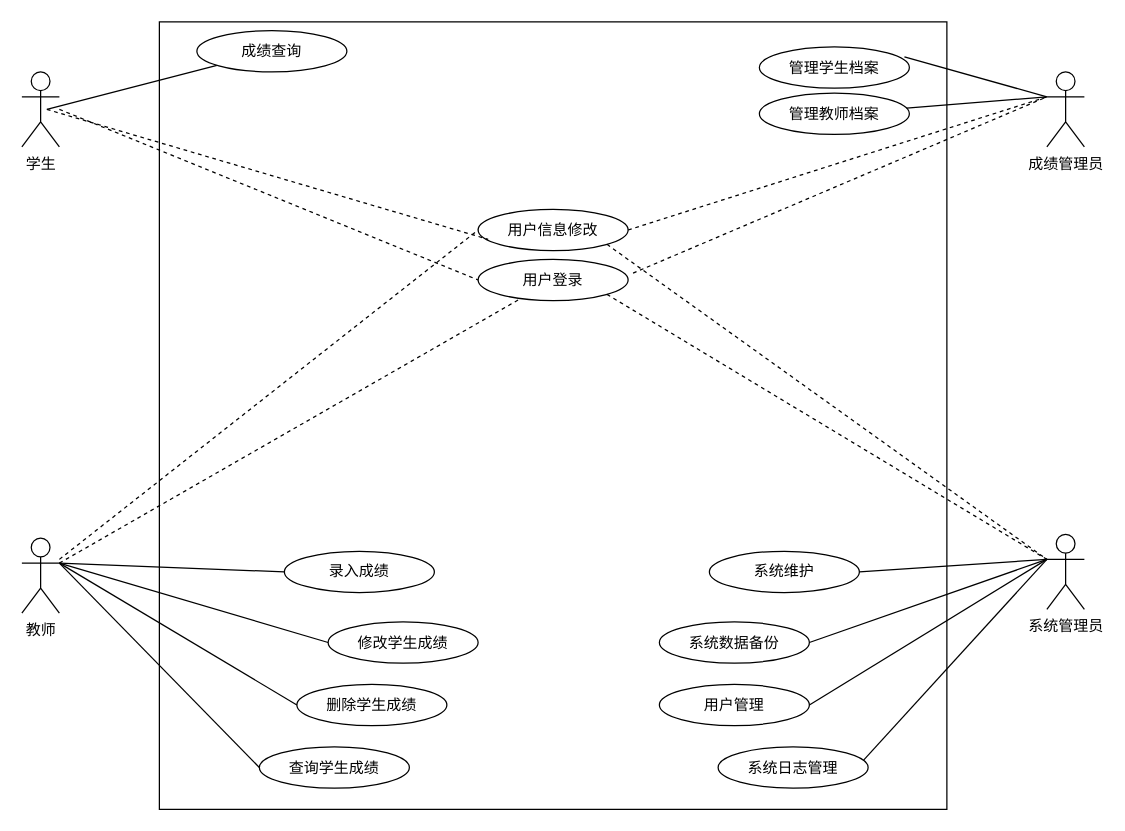
creazy412/none keeps this draw.io diagram as 学位-成绩管理系统.drawio. Above is the earlier version. Source tidied: cells renumbered, new cells numbered last; positions are measured from the earlier drawing's top-left corner, leaving out a move shared by most shapes. Both pictures are drawn from the tidied source at 125%, with x=0, y=0 at pixel (21, 21).
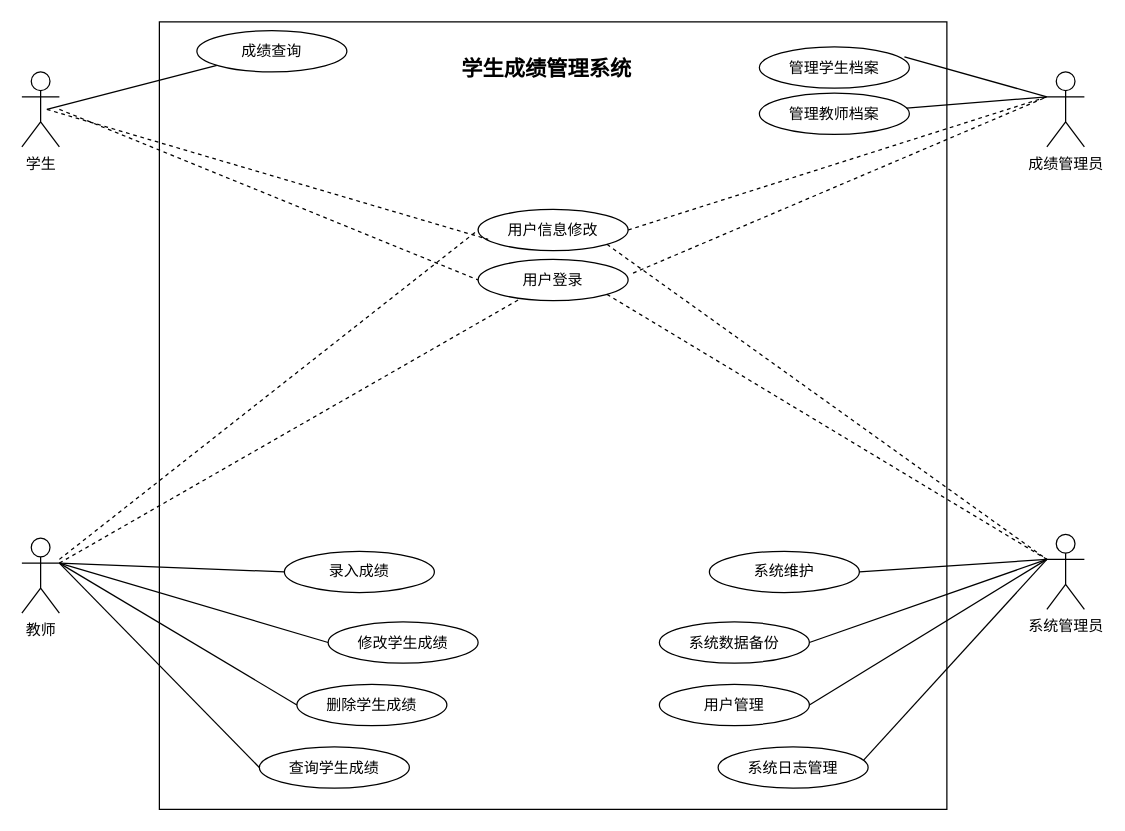
The same diagram, later.

Diff of the diagram source:
```diff
@@
+    <mxCell id="39" value="&lt;font size=&quot;1&quot; style=&quot;&quot;&gt;&lt;b style=&quot;font-size: 17px;&quot;&gt;学生成绩管理系统&lt;/b&gt;&lt;/font&gt;" style="text;html=1;strokeColor=none;fillColor=none;align=center;verticalAlign=middle;whiteSpace=wrap;rounded=0;" parent="1" vertex="1">
+      <mxGeometry x="340" y="10" width="160" height="57" as="geometry" />
+    </mxCell>
```
